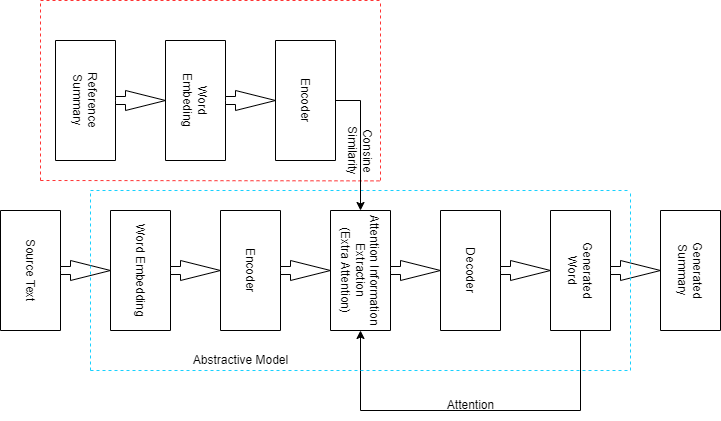
The draw.io diagram abstractive.drawio.png in thesourabhk/finalYearProject, before a commit. Source tidied: cells renumbered, new cells last; positions are measured from the earlier drawing's top-left corner, leaving out a move shared by most shapes.
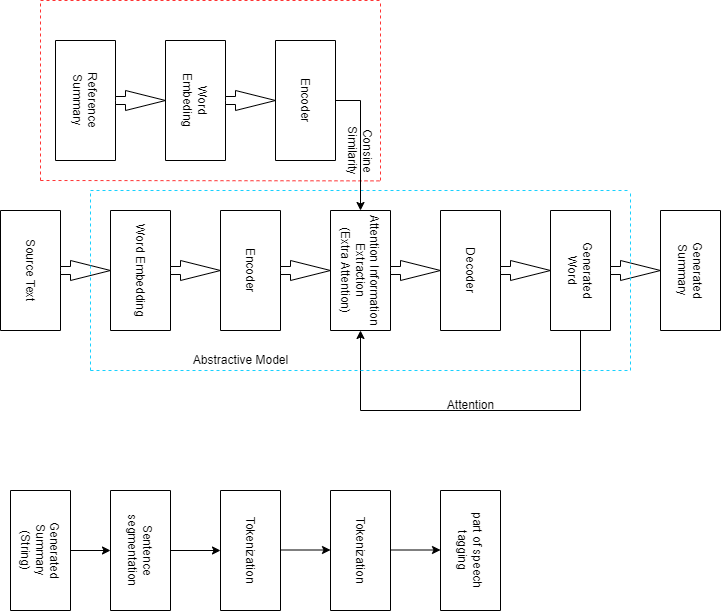
Later version of the same file.

What changed in the source:
```diff
@@ -132,5 +132,38 @@
     <mxCell id="33" value="Consine&lt;br&gt;Similarity" style="text;html=1;align=center;verticalAlign=middle;points=[];strokeColor=none;fillColor=none;rotation=90;" parent="1" vertex="1">
       <mxGeometry x="355" y="130" width="70" height="40" as="geometry" />
     </mxCell>
+    <mxCell id="34" value="Generated&lt;br&gt;Summary&lt;br&gt;(String)" style="rounded=0;whiteSpace=wrap;html=1;rotation=90;" parent="1" vertex="1">
+      <mxGeometry x="10" y="520" width="120" height="60" as="geometry" />
+    </mxCell>
+    <mxCell id="35" value="Sentence&lt;br&gt;segmentation" style="rounded=0;whiteSpace=wrap;html=1;rotation=90;" parent="1" vertex="1">
+      <mxGeometry x="110" y="520" width="120" height="60" as="geometry" />
+    </mxCell>
+    <mxCell id="36" value="Tokenization" style="rounded=0;whiteSpace=wrap;html=1;rotation=90;" parent="1" vertex="1">
+      <mxGeometry x="220" y="520" width="120" height="60" as="geometry" />
+    </mxCell>
+    <mxCell id="37" value="Tokenization" style="rounded=0;whiteSpace=wrap;html=1;rotation=90;" parent="1" vertex="1">
+      <mxGeometry x="330" y="520" width="120" height="60" as="geometry" />
+    </mxCell>
+    <mxCell id="38" value="part of speech&lt;br&gt;tagging" style="rounded=0;whiteSpace=wrap;html=1;rotation=90;" parent="1" vertex="1">
+      <mxGeometry x="440" y="520" width="120" height="60" as="geometry" />
+    </mxCell>
+    <mxCell id="39" style="endArrow=classic;html=1;rounded=0;strokeColor=#000000;exitX=0.5;exitY=0;exitDx=0;exitDy=0;entryX=0.5;entryY=1;entryDx=0;entryDy=0;" parent="1" edge="1" source="34" target="35">
+      <mxGeometry relative="1" as="geometry" />
+    </mxCell>
+    <mxCell id="40" style="endArrow=classic;html=1;rounded=0;strokeColor=#000000;entryX=0.5;entryY=1;entryDx=0;entryDy=0;exitX=0.5;exitY=0;exitDx=0;exitDy=0;" parent="1" edge="1" source="35" target="36">
+      <mxGeometry relative="1" as="geometry" />
+    </mxCell>
+    <mxCell id="41" style="endArrow=classic;html=1;rounded=0;strokeColor=#000000;entryX=0.5;entryY=1;entryDx=0;entryDy=0;exitX=0.5;exitY=0;exitDx=0;exitDy=0;" parent="1" edge="1">
+      <mxGeometry relative="1" as="geometry">
+        <mxPoint x="310" y="549.5" as="sourcePoint" />
+        <mxPoint x="360" y="549.5" as="targetPoint" />
+      </mxGeometry>
+    </mxCell>
+    <mxCell id="42" style="endArrow=classic;html=1;rounded=0;strokeColor=#000000;entryX=0.5;entryY=1;entryDx=0;entryDy=0;exitX=0.5;exitY=0;exitDx=0;exitDy=0;" parent="1" edge="1">
+      <mxGeometry relative="1" as="geometry">
+        <mxPoint x="420" y="549.5" as="sourcePoint" />
+        <mxPoint x="470" y="549.5" as="targetPoint" />
+      </mxGeometry>
+    </mxCell>
   </root>
 </mxGraphModel>
```
